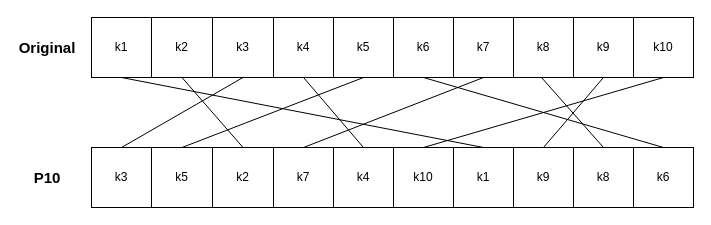
hejzlzd1/EducrypterUHK keeps this draw.io diagram as public/img/simpleDesPage/drawio/P10.drawio. Above is the earlier version. Source tidied: cells renumbered, new cells numbered last; positions are measured from the earlier drawing's top-left corner, leaving out a move shared by most shapes. Both pictures are drawn from the tidied source at 100%, with x=0, y=0 at pixel (17, 17).
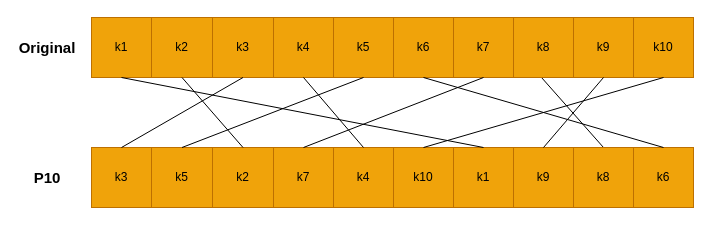
The same page after the edit.

The change refers to these unchanged cells:
```xml
<mxCell id="3" style="swimlane;startSize=0;" parent="1" vertex="1">
  <mxGeometry x="74" width="600" height="60" as="geometry" />
</mxCell>
<mxCell id="14" style="swimlane;startSize=0;" parent="1" vertex="1">
  <mxGeometry x="74" y="130" width="600" height="60" as="geometry" />
</mxCell>
```

Diff of the diagram source:
```diff
@@
-    <mxCell id="4" value="k1" style="rounded=0;whiteSpace=wrap;html=1;" parent="3" vertex="1">
+    <mxCell id="4" value="k1" style="rounded=0;whiteSpace=wrap;html=1;fillColor=#f0a30a;strokeColor=#BD7000;fontColor=#000000;" parent="3" vertex="1">
       <mxGeometry width="60" height="60" as="geometry" />
     </mxCell>
-    <mxCell id="5" value="k2" style="rounded=0;whiteSpace=wrap;html=1;" parent="3" vertex="1">
+    <mxCell id="5" value="k2" style="rounded=0;whiteSpace=wrap;html=1;fillColor=#f0a30a;strokeColor=#BD7000;fontColor=#000000;" parent="3" vertex="1">
       <mxGeometry x="60" width="61" height="60" as="geometry" />
     </mxCell>
-    <mxCell id="6" value="k3" style="rounded=0;whiteSpace=wrap;html=1;" parent="3" vertex="1">
+    <mxCell id="6" value="k3" style="rounded=0;whiteSpace=wrap;html=1;fillColor=#f0a30a;strokeColor=#BD7000;fontColor=#000000;" parent="3" vertex="1">
       <mxGeometry x="121" width="61" height="60" as="geometry" />
     </mxCell>
-    <mxCell id="7" value="k4" style="rounded=0;whiteSpace=wrap;html=1;" parent="3" vertex="1">
+    <mxCell id="7" value="k4" style="rounded=0;whiteSpace=wrap;html=1;fillColor=#f0a30a;strokeColor=#BD7000;fontColor=#000000;" parent="3" vertex="1">
       <mxGeometry x="182" width="60" height="60" as="geometry" />
     </mxCell>
-    <mxCell id="8" value="k5" style="rounded=0;whiteSpace=wrap;html=1;" parent="3" vertex="1">
+    <mxCell id="8" value="k5" style="rounded=0;whiteSpace=wrap;html=1;fillColor=#f0a30a;strokeColor=#BD7000;fontColor=#000000;" parent="3" vertex="1">
       <mxGeometry x="242" width="60" height="60" as="geometry" />
     </mxCell>
-    <mxCell id="9" value="k6" style="rounded=0;whiteSpace=wrap;html=1;" parent="3" vertex="1">
+    <mxCell id="9" value="k6" style="rounded=0;whiteSpace=wrap;html=1;fillColor=#f0a30a;strokeColor=#BD7000;fontColor=#000000;" parent="3" vertex="1">
       <mxGeometry x="302" width="60" height="60" as="geometry" />
     </mxCell>
-    <mxCell id="10" value="k7" style="rounded=0;whiteSpace=wrap;html=1;" parent="3" vertex="1">
+    <mxCell id="10" value="k7" style="rounded=0;whiteSpace=wrap;html=1;fillColor=#f0a30a;strokeColor=#BD7000;fontColor=#000000;" parent="3" vertex="1">
       <mxGeometry x="362" width="60" height="60" as="geometry" />
     </mxCell>
-    <mxCell id="11" value="k8" style="rounded=0;whiteSpace=wrap;html=1;" parent="3" vertex="1">
+    <mxCell id="11" value="k8" style="rounded=0;whiteSpace=wrap;html=1;fillColor=#f0a30a;strokeColor=#BD7000;fontColor=#000000;" parent="3" vertex="1">
       <mxGeometry x="422" width="60" height="60" as="geometry" />
     </mxCell>
-    <mxCell id="12" value="k9" style="rounded=0;whiteSpace=wrap;html=1;" parent="3" vertex="1">
+    <mxCell id="12" value="k9" style="rounded=0;whiteSpace=wrap;html=1;fillColor=#f0a30a;strokeColor=#BD7000;fontColor=#000000;" parent="3" vertex="1">
       <mxGeometry x="482" width="60" height="60" as="geometry" />
     </mxCell>
-    <mxCell id="13" value="k10&lt;br&gt;" style="rounded=0;whiteSpace=wrap;html=1;" parent="3" vertex="1">
+    <mxCell id="13" value="k10&lt;br&gt;" style="rounded=0;whiteSpace=wrap;html=1;fillColor=#f0a30a;strokeColor=#BD7000;fontColor=#000000;" parent="3" vertex="1">
       <mxGeometry x="542" width="60" height="60" as="geometry" />
     </mxCell>
@@
-    <mxCell id="15" value="k3" style="rounded=0;whiteSpace=wrap;html=1;" parent="14" vertex="1">
+    <mxCell id="15" value="k3" style="rounded=0;whiteSpace=wrap;html=1;fillColor=#f0a30a;strokeColor=#BD7000;fontColor=#000000;" parent="14" vertex="1">
       <mxGeometry width="60" height="60" as="geometry" />
     </mxCell>
-    <mxCell id="16" value="k5" style="rounded=0;whiteSpace=wrap;html=1;" parent="14" vertex="1">
+    <mxCell id="16" value="k5" style="rounded=0;whiteSpace=wrap;html=1;fillColor=#f0a30a;strokeColor=#BD7000;fontColor=#000000;" parent="14" vertex="1">
       <mxGeometry x="60" width="61" height="60" as="geometry" />
     </mxCell>
-    <mxCell id="17" value="k2" style="rounded=0;whiteSpace=wrap;html=1;" parent="14" vertex="1">
+    <mxCell id="17" value="k2" style="rounded=0;whiteSpace=wrap;html=1;fillColor=#f0a30a;strokeColor=#BD7000;fontColor=#000000;" parent="14" vertex="1">
       <mxGeometry x="121" width="61" height="60" as="geometry" />
     </mxCell>
-    <mxCell id="18" value="k7" style="rounded=0;whiteSpace=wrap;html=1;" parent="14" vertex="1">
+    <mxCell id="18" value="k7" style="rounded=0;whiteSpace=wrap;html=1;fillColor=#f0a30a;strokeColor=#BD7000;fontColor=#000000;" parent="14" vertex="1">
       <mxGeometry x="182" width="60" height="60" as="geometry" />
     </mxCell>
-    <mxCell id="19" value="k4" style="rounded=0;whiteSpace=wrap;html=1;" parent="14" vertex="1">
+    <mxCell id="19" value="k4" style="rounded=0;whiteSpace=wrap;html=1;fillColor=#f0a30a;strokeColor=#BD7000;fontColor=#000000;" parent="14" vertex="1">
       <mxGeometry x="242" width="60" height="60" as="geometry" />
     </mxCell>
-    <mxCell id="20" value="k10" style="rounded=0;whiteSpace=wrap;html=1;" parent="14" vertex="1">
+    <mxCell id="20" value="k10" style="rounded=0;whiteSpace=wrap;html=1;fillColor=#f0a30a;strokeColor=#BD7000;fontColor=#000000;" parent="14" vertex="1">
       <mxGeometry x="302" width="60" height="60" as="geometry" />
     </mxCell>
-    <mxCell id="21" value="k1" style="rounded=0;whiteSpace=wrap;html=1;" parent="14" vertex="1">
+    <mxCell id="21" value="k1" style="rounded=0;whiteSpace=wrap;html=1;fillColor=#f0a30a;strokeColor=#BD7000;fontColor=#000000;" parent="14" vertex="1">
       <mxGeometry x="362" width="60" height="60" as="geometry" />
     </mxCell>
-    <mxCell id="22" value="k9" style="rounded=0;whiteSpace=wrap;html=1;" parent="14" vertex="1">
+    <mxCell id="22" value="k9" style="rounded=0;whiteSpace=wrap;html=1;fillColor=#f0a30a;strokeColor=#BD7000;fontColor=#000000;" parent="14" vertex="1">
       <mxGeometry x="422" width="60" height="60" as="geometry" />
     </mxCell>
-    <mxCell id="23" value="k8" style="rounded=0;whiteSpace=wrap;html=1;" parent="14" vertex="1">
+    <mxCell id="23" value="k8" style="rounded=0;whiteSpace=wrap;html=1;fillColor=#f0a30a;strokeColor=#BD7000;fontColor=#000000;" parent="14" vertex="1">
       <mxGeometry x="482" width="60" height="60" as="geometry" />
     </mxCell>
-    <mxCell id="24" value="k6" style="rounded=0;whiteSpace=wrap;html=1;" parent="14" vertex="1">
+    <mxCell id="24" value="k6" style="rounded=0;whiteSpace=wrap;html=1;fillColor=#f0a30a;strokeColor=#BD7000;fontColor=#000000;" parent="14" vertex="1">
       <mxGeometry x="542" width="60" height="60" as="geometry" />
     </mxCell>
```
